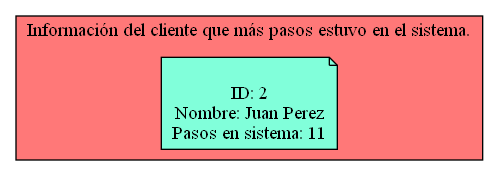
Before: Simple_Clients_Served_Report.png, a diagram exported from Graphviz (Serch-ING/EDD_UDRAWING_202000119). Its source is kept beside it as Simple_Clients_Served_Report.dot. Source of this version:
```dot
digraph L {
node[shape=note fillcolor="#A181FF" style =filled]
subgraph cluster_p{
    label= "Información del cliente que más pasos estuvo en el sistema."
    bgcolor = "#FF7878"
Nodo1302227152[label="
ID: 2
Nombre: Juan Perez
Pasos en sistema: 11",fillcolor="#81FFDA"]
}}
```
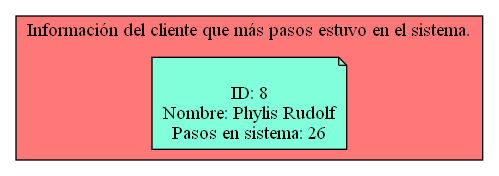
After the commit.

Change to the diagram source:
```diff
@@ -3,8 +3,8 @@
 subgraph cluster_p{
     label= "Información del cliente que más pasos estuvo en el sistema."
     bgcolor = "#FF7878"
-Nodo1302227152[label="
-ID: 2
-Nombre: Juan Perez
-Pasos en sistema: 11",fillcolor="#81FFDA"]
+Nodo2020152163[label="
+ID: 8
+Nombre: Phylis Rudolf
+Pasos en sistema: 26",fillcolor="#81FFDA"]
 }}
```
